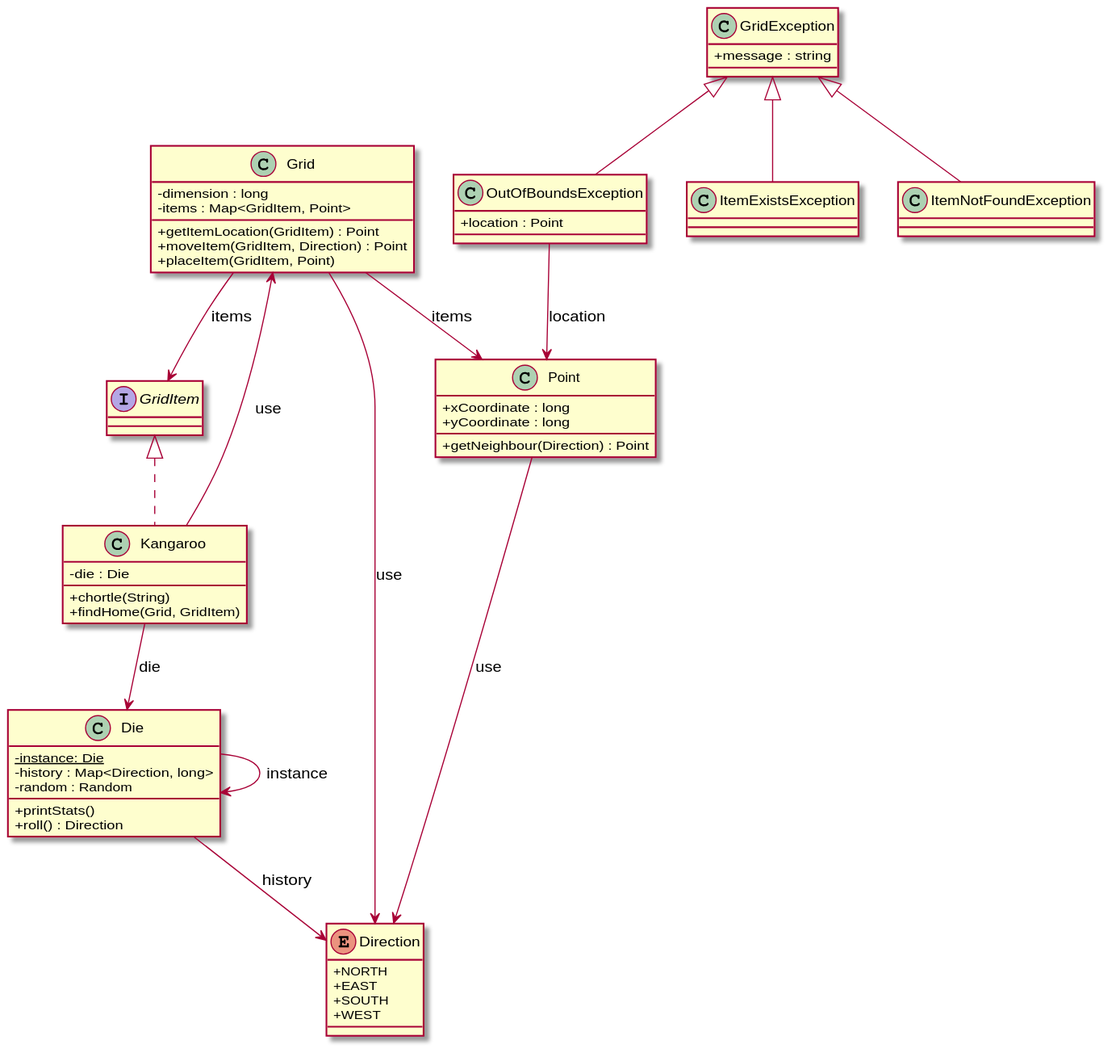
jaaufauvre/will-skippy-get-home keeps this PlantUML diagram as uml/skippy-plantuml.svg. Above is the earlier version.
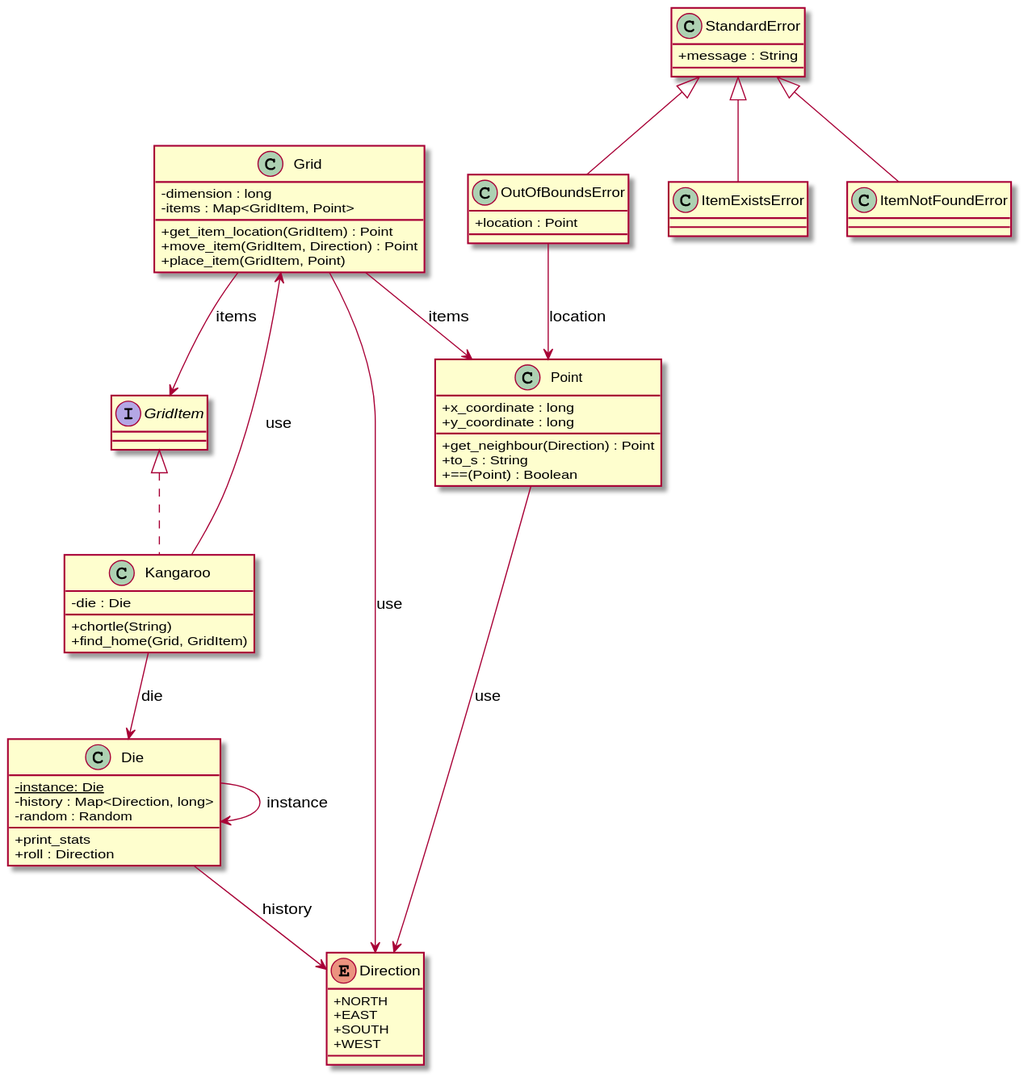
After the change.

Change to the diagram source:
```diff
@@ -5,8 +5,8 @@
   {field} {static} -instance: Die
   {field} -history : Map<Direction, long>
   {field} -random : Random
-  {method} +printStats()
-  {method} +roll() : Direction
+  {method} +print_stats
+  {method} +roll : Direction
 }
 
 enum "Direction" {
@@ -19,48 +19,50 @@
 class "Grid" {
   {field} -dimension : long
   {field} -items : Map<GridItem, Point>
-  {method} +getItemLocation(GridItem) : Point
-  {method} +moveItem(GridItem, Direction) : Point
-  {method} +placeItem(GridItem, Point)
+  {method} +get_item_location(GridItem) : Point
+  {method} +move_item(GridItem, Direction) : Point
+  {method} +place_item(GridItem, Point)
 }
 
-class "GridException" {
-  {field} +message : string
+class "StandardError" {
+  {field} +message : String
 }
 
 interface "GridItem"
 
-class "ItemExistsException"
+class "ItemExistsError"
 
-class "ItemNotFoundException"
+class "ItemNotFoundError"
 
 class "Kangaroo" {
   {field} -die : Die
   {method} +chortle(String)
-  {method} +findHome(Grid, GridItem)
+  {method} +find_home(Grid, GridItem)
 }
 
-class "OutOfBoundsException" {
+class "OutOfBoundsError" {
   {field} +location : Point
 }
 
 class "Point" {
-  {field} +xCoordinate : long
-  {field} +yCoordinate : long
-  {method} +getNeighbour(Direction) : Point
+  {field} +x_coordinate : long
+  {field} +y_coordinate : long
+  {method} +get_neighbour(Direction) : Point
+  {method} +to_s : String
+  {method} +==(Point) : Boolean
 }
 
 "Die" --> "Die" : instance
 "Die" --> "Direction" : history
 "Grid" --> "Direction" : use
-"GridException" <|-- "ItemExistsException"
-"GridException" <|-- "ItemNotFoundException"
-"GridException" <|-- "OutOfBoundsException"
+"StandardError" <|-- "ItemExistsError"
+"StandardError" <|-- "ItemNotFoundError"
+"StandardError" <|-- "OutOfBoundsError"
 "GridItem" <|.. "Kangaroo"
 "Grid" --> "GridItem" : items
 "Grid" --> "Point" : items
 "Kangaroo" --> "Die" : die
 "Kangaroo" --> "Grid" : use
-"OutOfBoundsException" --> "Point" : location
+"OutOfBoundsError" --> "Point" : location
 "Point" --> "Direction" : use
 @enduml
```
